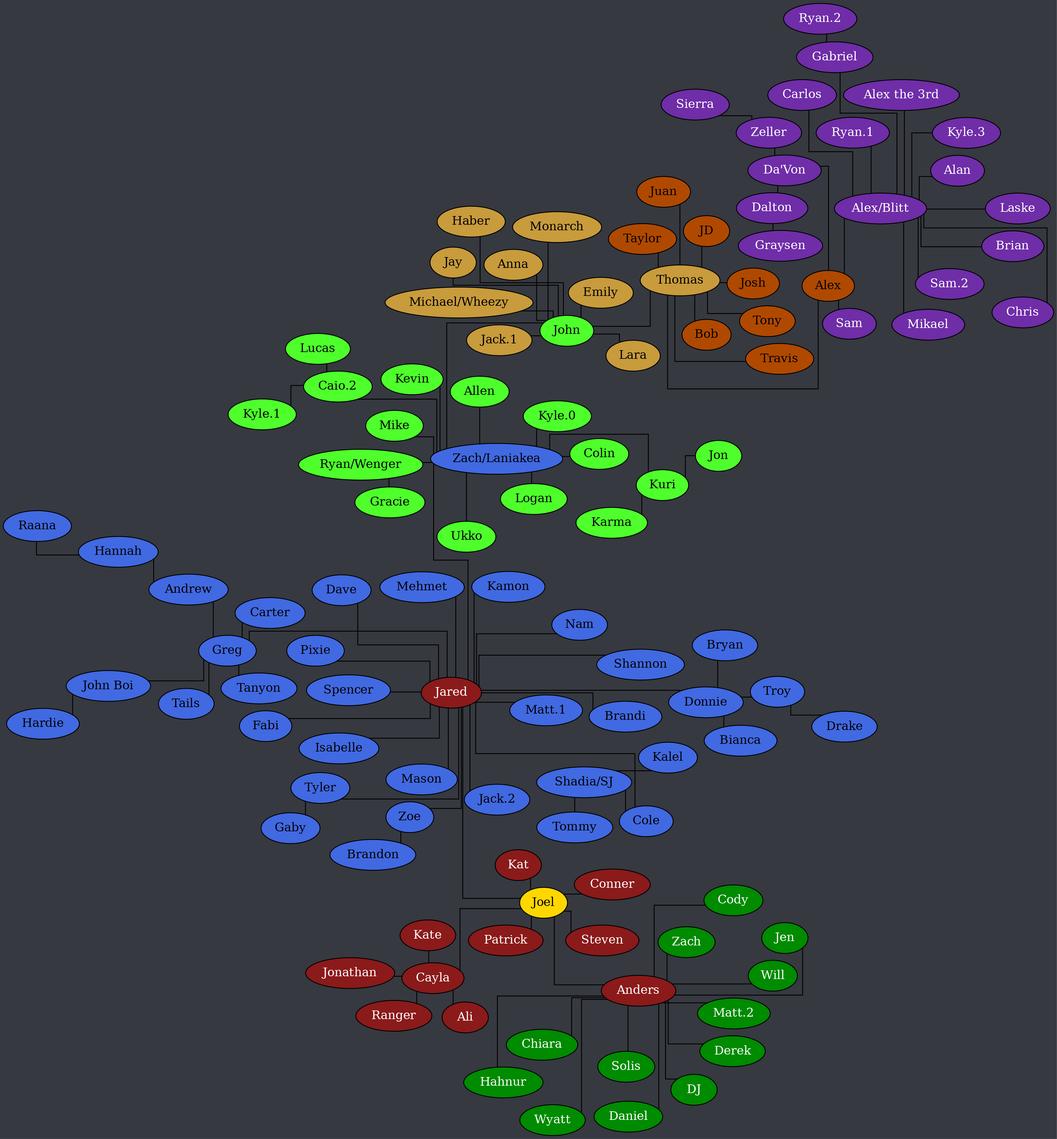
Before: tree.png, a diagram exported from Graphviz (Documidas/CoronaCatzFamilyTree). Its source is kept beside it as tree.dot.
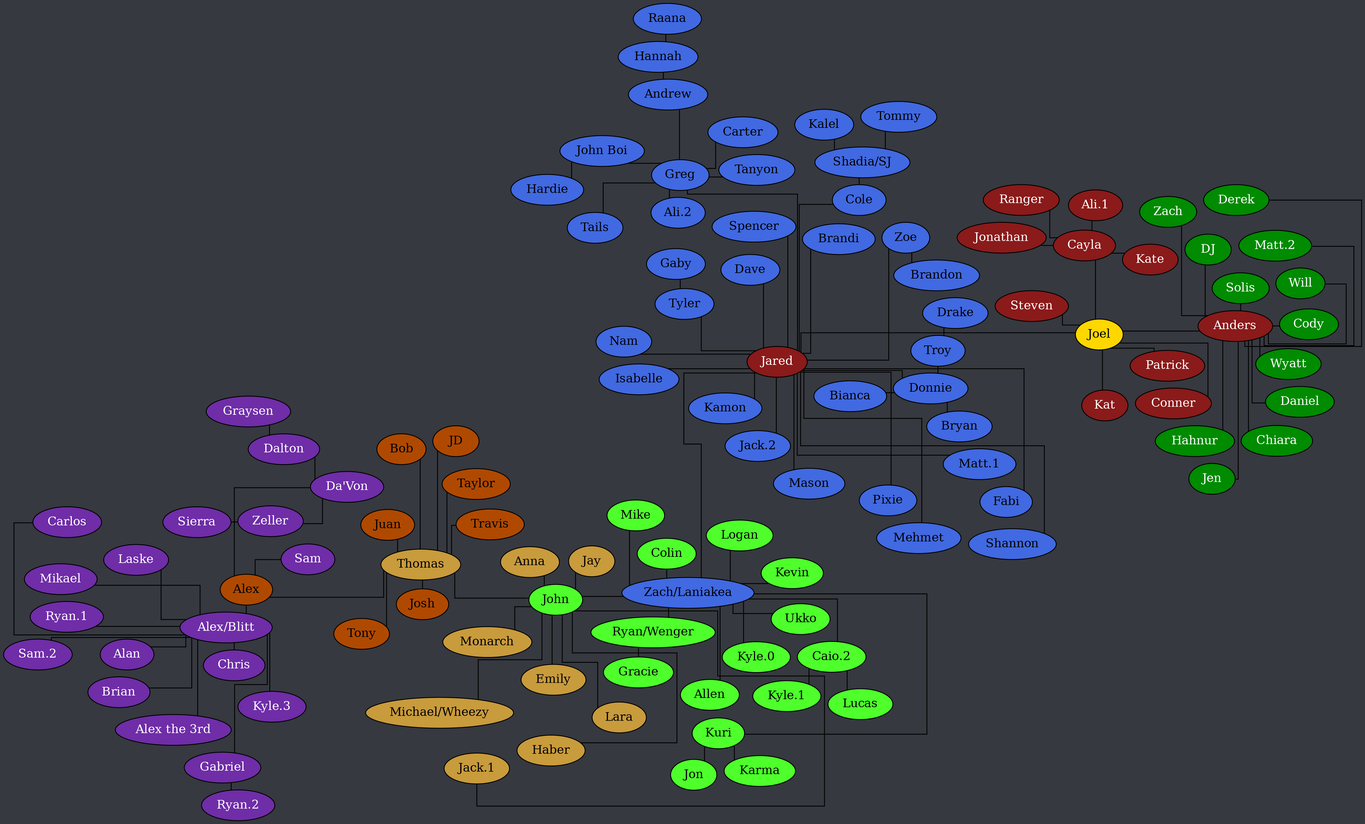
After the change.

Change to the diagram source:
```diff
@@ -15,7 +15,7 @@
 		node [ style=filled fillcolor="firebrick4" fontcolor="white" ];
 		Joel [ style=filled fillcolor="gold" fontcolor="black" ];
 
-		Cayla -- Ali;
+		Cayla -- "Ali.1";
 		Cayla -- Jonathan;
 		Cayla -- Kate;
 		Cayla -- Ranger;
@@ -53,6 +53,7 @@
 		Donnie -- Bianca;
 		Donnie -- Bryan;
 		Donnie -- Troy;
+		Greg -- "Ali.2";
 		Greg -- Andrew;
 		Greg -- Carter;
 		Greg -- "John Boi";
```
